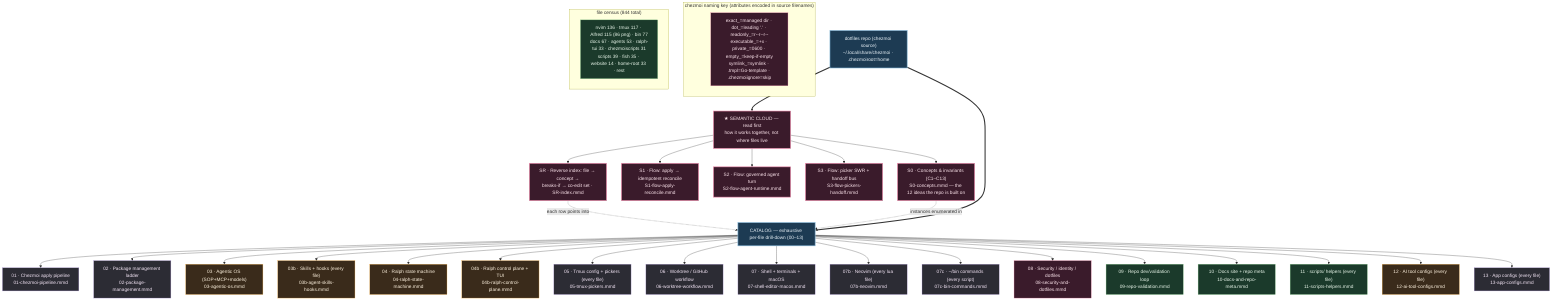
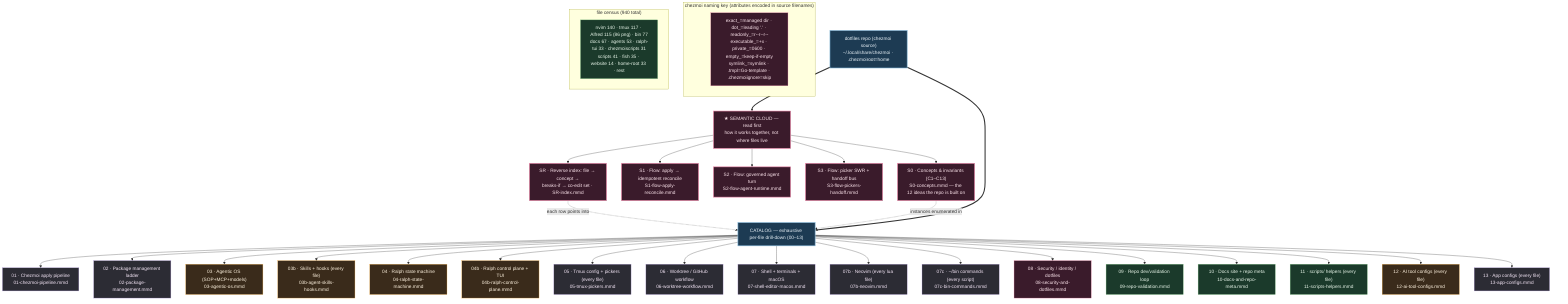
%% ============================================================================
%% 00-overview.mmd — Master navigation map for kapral18/dotfiles
%% TWO LAYERS:
%%   SEMANTIC CLOUD (read first) — how the system THINKS: concepts+invariants
%%     (S0), cross-cutting flows (S1/S2/S3), and a reverse index (SR) that maps
%%     any file to its concept, blast radius, and co-edit set.
%%   CATALOG (drill-down) — how the system is LAID OUT: 00-13 enumerate every
- %%     one of the 844 tracked files (git ls-files) by exact chezmoi source path.
+ %%     one of the 940 tracked files (git ls-files) by exact chezmoi source path.
%% `home/` is chezmoi source deployed to $HOME; scripts/tools/website/docs are
%% repo-side (NOT deployed). Each node → a deeper .mmd.
%% ============================================================================
graph TD
    classDef entry fill:#1d3b53,stroke:#7fb3d5,color:#eaf2f8,stroke-width:2px;
    classDef sys fill:#2c2c34,stroke:#b39ddb,color:#f3e5f5;
    classDef ai fill:#3a2b1b,stroke:#ffb74d,color:#fff3e0;
    classDef repo fill:#1b3a2b,stroke:#81c784,color:#e8f5e9;
    classDef data fill:#3a1b2b,stroke:#f48fb1,color:#fce4ec;
    classDef sem fill:#3a1b2b,stroke:#f48fb1,color:#fce4ec,stroke-width:2px;

    ROOT["dotfiles repo (chezmoi source)<br/>~/.local/share/chezmoi · .chezmoiroot=home"]:::entry

    %% ---- SEMANTIC LAYER (read before the catalog) --------------------------
    ROOT ==> SEMHEAD["★ SEMANTIC CLOUD — read first<br/>how it works together, not where files live"]:::sem
    SEMHEAD --> S0["S0 · Concepts & invariants (C1–C13)<br/>S0-concepts.mmd — the 12 ideas the repo is built on"]:::sem
    SEMHEAD --> S1["S1 · Flow: apply → idempotent reconcile<br/>S1-flow-apply-reconcile.mmd"]:::sem
    SEMHEAD --> S2["S2 · Flow: governed agent turn<br/>S2-flow-agent-runtime.mmd"]:::sem
    SEMHEAD --> S3["S3 · Flow: picker SWR + handoff bus<br/>S3-flow-pickers-handoff.mmd"]:::sem
    SEMHEAD --> SR["SR · Reverse index: file → concept →<br/>breaks-if → co-edit set · SR-index.mmd"]:::sem
    SR -. "each row points into" .-> CATHEAD
    S0 -. "instances enumerated in" .-> CATHEAD

    %% ---- CATALOG LAYER (exhaustive per-file drill-down) --------------------
    ROOT ==> CATHEAD["CATALOG — exhaustive per-file drill-down (00–13)"]:::entry

    CATHEAD --> CZ["01 · Chezmoi apply pipeline<br/>01-chezmoi-pipeline.mmd"]:::sys
    CATHEAD --> PKG["02 · Package management ladder<br/>02-package-management.mmd"]:::sys
    CATHEAD --> AIOS["03 · Agentic OS (SOP+MCP+models)<br/>03-agentic-os.mmd"]:::ai
    CATHEAD --> SKILLS["03b · Skills + hooks (every file)<br/>03b-agent-skills-hooks.mmd"]:::ai
    CATHEAD --> RALPH["04 · Ralph state machine<br/>04-ralph-state-machine.mmd"]:::ai
    CATHEAD --> RALPHCP["04b · Ralph control plane + TUI<br/>04b-ralph-control-plane.mmd"]:::ai
    CATHEAD --> TMUX["05 · Tmux config + pickers (every file)<br/>05-tmux-pickers.mmd"]:::sys
    CATHEAD --> WT["06 · Worktree / GitHub workflow<br/>06-worktree-workflow.mmd"]:::sys
    CATHEAD --> SEM["07 · Shell + terminals + macOS<br/>07-shell-editor-macos.mmd"]:::sys
    CATHEAD --> NVIM["07b · Neovim (every lua file)<br/>07b-neovim.mmd"]:::sys
    CATHEAD --> BIN["07c · ~/bin commands (every script)<br/>07c-bin-commands.mmd"]:::sys
    CATHEAD --> SEC["08 · Security / identity / dotfiles<br/>08-security-and-dotfiles.mmd"]:::data
    CATHEAD --> VAL["09 · Repo dev/validation loop<br/>09-repo-validation.mmd"]:::repo
    CATHEAD --> DOCS["10 · Docs site + repo meta<br/>10-docs-and-repo-meta.mmd"]:::repo
    CATHEAD --> SCRIPTS["11 · scripts/ helpers (every file)<br/>11-scripts-helpers.mmd"]:::repo
    CATHEAD --> AICFG["12 · AI tool configs (every file)<br/>12-ai-tool-configs.mmd"]:::ai
    CATHEAD --> APPS["13 · App configs (every file)<br/>13-app-configs.mmd"]:::sys

    subgraph KEY["chezmoi naming key (attributes encoded in source filenames)"]
        K1["exact_=managed dir · dot_=leading '.' · readonly_=r--r--r--<br/>executable_=+x · private_=0600 · empty_=keep-if-empty<br/>symlink_=symlink · .tmpl=Go-template · .chezmoiignore=skip"]:::data
    end

-     subgraph COUNTS["file census (844 total)"]
-         C1["nvim 136 · tmux 117 · Alfred 115 (86 png) · bin 77<br/>docs 67 · agents 53 · ralph-tui 33 · chezmoiscripts 31<br/>scripts 39 · fish 35 · website 14 · home-root 33 · rest"]:::repo
+     subgraph COUNTS["file census (940 total)"]
+         C1["nvim 140 · tmux 117 · Alfred 115 (86 png) · bin 77<br/>docs 67 · agents 53 · ralph-tui 33 · chezmoiscripts 31<br/>scripts 41 · fish 35 · website 14 · home-root 33 · rest"]:::repo
    end
